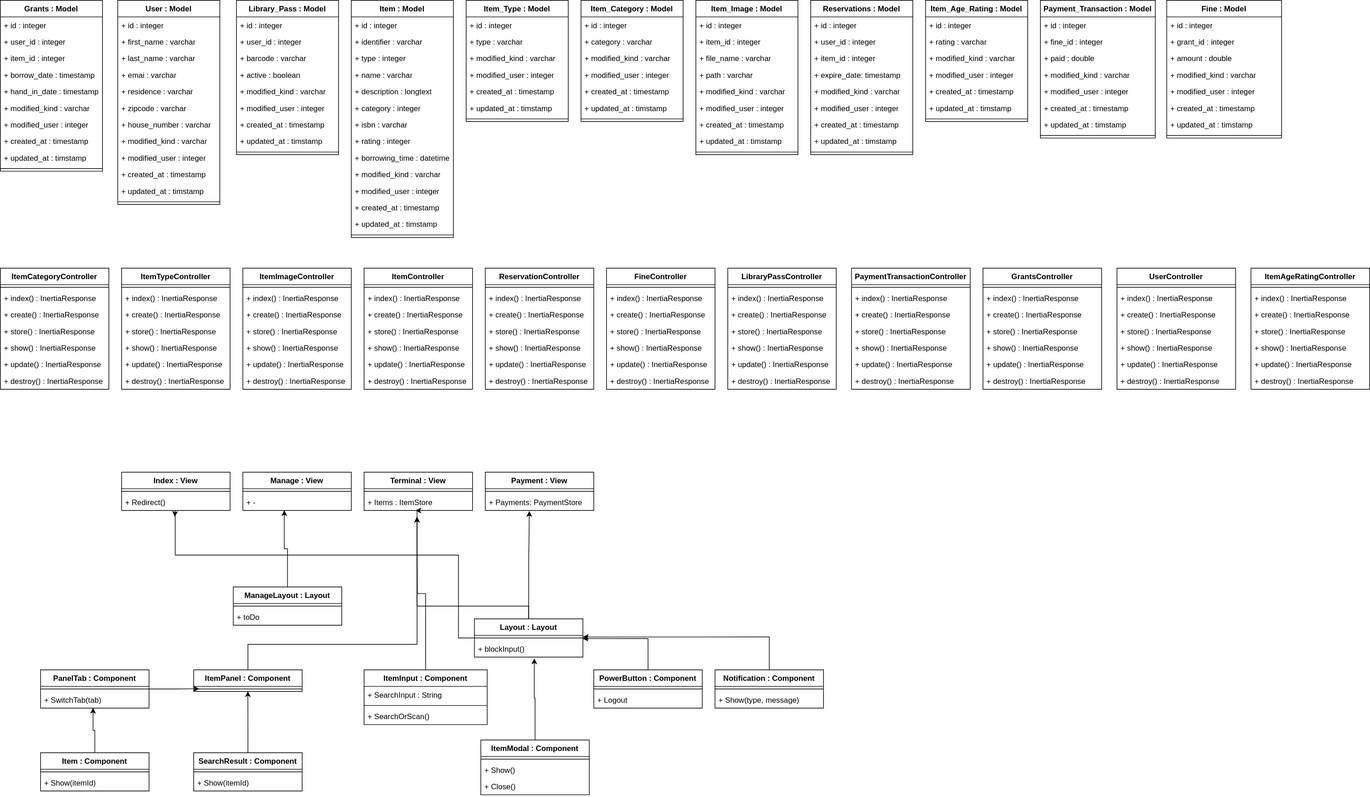
The draw.io diagram docs/class_diagram_V-1_1.svg in DanericNetwork/Biblio-App, before a commit. Source tidied: cells renumbered, new cells last; positions are measured from the earlier drawing's top-left corner, leaving out a move shared by most shapes.
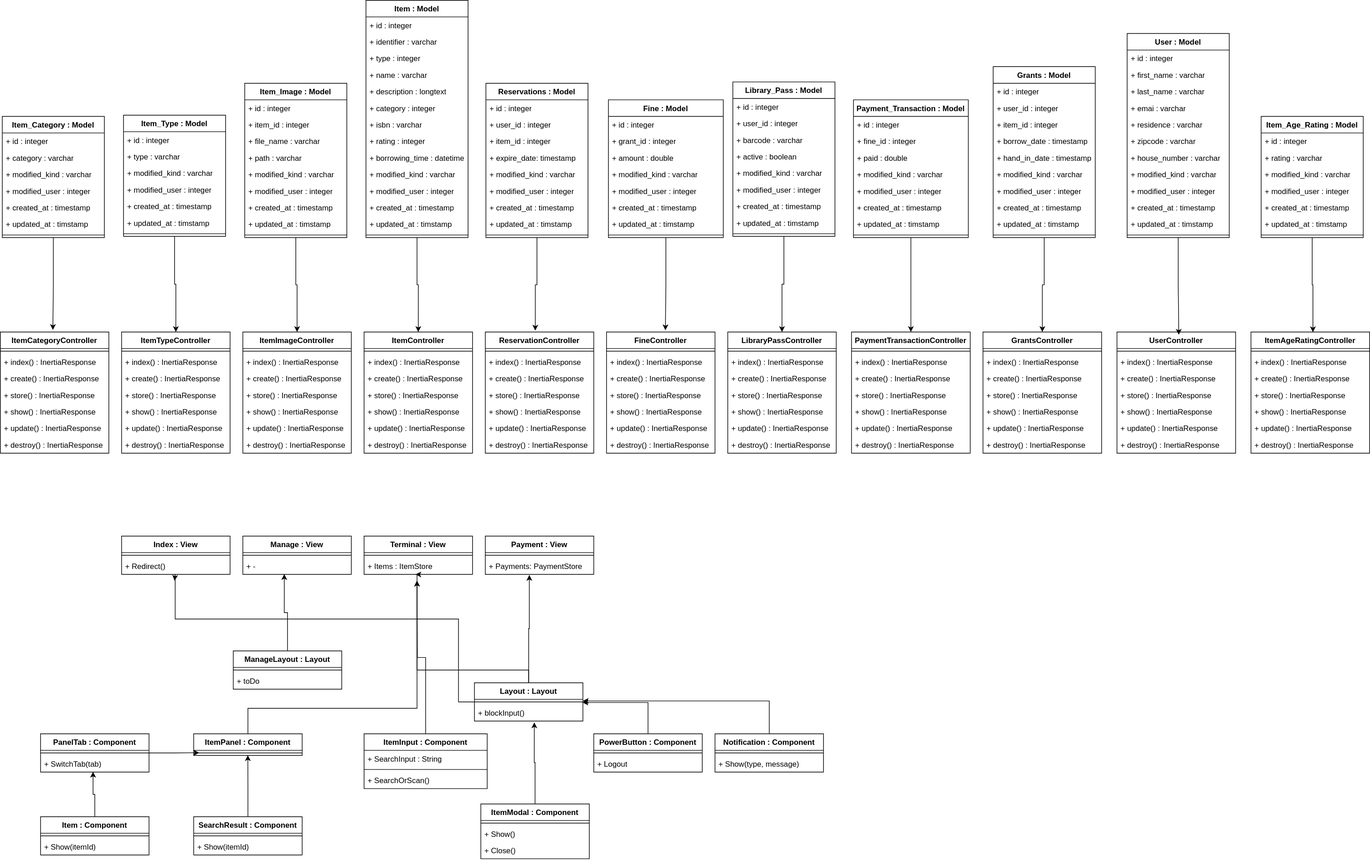
The same diagram one commit later.

Commit message:
feat(class diagram): added relations between modals and controller

The edit, as a diff of the source:
```diff
@@ -3,7 +3,7 @@
     <mxCell id="0" />
     <mxCell id="1" parent="0" />
     <mxCell id="2" value="User : Model" style="swimlane;fontStyle=1;align=center;verticalAlign=top;horizontal=1;startSize=26;whiteSpace=wrap;html=1;" parent="1" vertex="1">
-      <mxGeometry x="184" width="160" height="320" as="geometry" />
+      <mxGeometry x="1766" y="-48" width="160" height="320" as="geometry" />
     </mxCell>
     <mxCell id="3" value="+ id : integer" style="text;strokeColor=none;fillColor=none;align=left;verticalAlign=top;spacingLeft=4;spacingRight=4;overflow=hidden;whiteSpace=wrap;html=1;" parent="2" vertex="1">
       <mxGeometry y="26" width="160" height="26" as="geometry" />
@@ -41,8 +41,11 @@
     <mxCell id="14" style="line;strokeWidth=1;fillColor=none;align=left;verticalAlign=middle;spacingTop=-1;spacingLeft=3;spacingRight=3;labelPosition=right;strokeColor=inherit;" parent="2" vertex="1">
       <mxGeometry y="312" width="160" height="8" as="geometry" />
     </mxCell>
+    <mxCell id="256" style="edgeStyle=orthogonalEdgeStyle;rounded=0;jettySize=auto;html=1;" parent="1" edge="1" source="15" target="177">
+      <mxGeometry relative="1" as="geometry" />
+    </mxCell>
     <mxCell id="15" value="Grants : Model" style="swimlane;fontStyle=1;align=center;verticalAlign=top;horizontal=1;startSize=26;whiteSpace=wrap;html=1;" parent="1" vertex="1">
-      <mxGeometry width="160" height="268" as="geometry" />
+      <mxGeometry x="1556" y="4" width="160" height="268" as="geometry" />
     </mxCell>
     <mxCell id="16" value="+ id : integer" style="text;strokeColor=none;fillColor=none;align=left;verticalAlign=top;spacingLeft=4;spacingRight=4;overflow=hidden;whiteSpace=wrap;html=1;" parent="15" vertex="1">
       <mxGeometry y="26" width="160" height="26" as="geometry" />
@@ -74,8 +77,11 @@
     <mxCell id="25" style="line;strokeWidth=1;fillColor=none;align=left;verticalAlign=middle;spacingTop=-1;spacingLeft=3;spacingRight=3;labelPosition=right;strokeColor=inherit;" parent="15" vertex="1">
       <mxGeometry y="260" width="160" height="8" as="geometry" />
     </mxCell>
+    <mxCell id="257" style="edgeStyle=orthogonalEdgeStyle;rounded=0;jettySize=auto;html=1;entryX=0.5;entryY=0;entryDx=0;entryDy=0;" parent="1" edge="1" source="26" target="161">
+      <mxGeometry relative="1" as="geometry" />
+    </mxCell>
     <mxCell id="26" value="Library_Pass : Model" style="swimlane;fontStyle=1;align=center;verticalAlign=top;horizontal=1;startSize=26;whiteSpace=wrap;html=1;" parent="1" vertex="1">
-      <mxGeometry x="370" width="160" height="242" as="geometry" />
+      <mxGeometry x="1148" y="28" width="160" height="242" as="geometry" />
     </mxCell>
     <mxCell id="27" value="+ id : integer" style="text;strokeColor=none;fillColor=none;align=left;verticalAlign=top;spacingLeft=4;spacingRight=4;overflow=hidden;whiteSpace=wrap;html=1;" parent="26" vertex="1">
       <mxGeometry y="26" width="160" height="26" as="geometry" />
@@ -104,8 +110,11 @@
     <mxCell id="35" style="line;strokeWidth=1;fillColor=none;align=left;verticalAlign=middle;spacingTop=-1;spacingLeft=3;spacingRight=3;labelPosition=right;strokeColor=inherit;" parent="26" vertex="1">
       <mxGeometry y="234" width="160" height="8" as="geometry" />
     </mxCell>
+    <mxCell id="258" style="edgeStyle=orthogonalEdgeStyle;rounded=0;jettySize=auto;html=1;entryX=0.5;entryY=0;entryDx=0;entryDy=0;" parent="1" edge="1" source="36" target="137">
+      <mxGeometry relative="1" as="geometry" />
+    </mxCell>
     <mxCell id="36" value="Item : Model" style="swimlane;fontStyle=1;align=center;verticalAlign=top;horizontal=1;startSize=26;whiteSpace=wrap;html=1;" parent="1" vertex="1">
-      <mxGeometry x="550" width="160" height="372" as="geometry" />
+      <mxGeometry x="573" y="-100" width="160" height="372" as="geometry" />
     </mxCell>
     <mxCell id="37" value="+ id : integer" style="text;strokeColor=none;fillColor=none;align=left;verticalAlign=top;spacingLeft=4;spacingRight=4;overflow=hidden;whiteSpace=wrap;html=1;" parent="36" vertex="1">
       <mxGeometry y="26" width="160" height="26" as="geometry" />
@@ -149,8 +158,11 @@
     <mxCell id="50" style="line;strokeWidth=1;fillColor=none;align=left;verticalAlign=middle;spacingTop=-1;spacingLeft=3;spacingRight=3;labelPosition=right;strokeColor=inherit;" parent="36" vertex="1">
       <mxGeometry y="364" width="160" height="8" as="geometry" />
     </mxCell>
+    <mxCell id="259" style="edgeStyle=orthogonalEdgeStyle;rounded=0;jettySize=auto;html=1;" parent="1" edge="1" source="51" target="113">
+      <mxGeometry relative="1" as="geometry" />
+    </mxCell>
     <mxCell id="51" value="Item_Type : Model" style="swimlane;fontStyle=1;align=center;verticalAlign=top;horizontal=1;startSize=26;whiteSpace=wrap;html=1;" parent="1" vertex="1">
-      <mxGeometry x="730" width="160" height="190" as="geometry" />
+      <mxGeometry x="193" y="80" width="160" height="190" as="geometry" />
     </mxCell>
     <mxCell id="52" value="+ id : integer" style="text;strokeColor=none;fillColor=none;align=left;verticalAlign=top;spacingLeft=4;spacingRight=4;overflow=hidden;whiteSpace=wrap;html=1;" parent="51" vertex="1">
       <mxGeometry y="26" width="160" height="26" as="geometry" />
@@ -173,8 +185,11 @@
     <mxCell id="58" style="line;strokeWidth=1;fillColor=none;align=left;verticalAlign=middle;spacingTop=-1;spacingLeft=3;spacingRight=3;labelPosition=right;strokeColor=inherit;" parent="51" vertex="1">
       <mxGeometry y="182" width="160" height="8" as="geometry" />
     </mxCell>
+    <mxCell id="260" style="edgeStyle=orthogonalEdgeStyle;rounded=0;jettySize=auto;html=1;entryX=0.484;entryY=-0.017;entryDx=0;entryDy=0;entryPerimeter=0;" parent="1" edge="1" source="59" target="121">
+      <mxGeometry relative="1" as="geometry" />
+    </mxCell>
     <mxCell id="59" value="Item_Category : Model" style="swimlane;fontStyle=1;align=center;verticalAlign=top;horizontal=1;startSize=26;whiteSpace=wrap;html=1;" parent="1" vertex="1">
-      <mxGeometry x="910" width="160" height="190" as="geometry" />
+      <mxGeometry x="3" y="82" width="160" height="190" as="geometry" />
     </mxCell>
     <mxCell id="60" value="+ id : integer" style="text;strokeColor=none;fillColor=none;align=left;verticalAlign=top;spacingLeft=4;spacingRight=4;overflow=hidden;whiteSpace=wrap;html=1;" parent="59" vertex="1">
       <mxGeometry y="26" width="160" height="26" as="geometry" />
@@ -197,8 +212,11 @@
     <mxCell id="66" style="line;strokeWidth=1;fillColor=none;align=left;verticalAlign=middle;spacingTop=-1;spacingLeft=3;spacingRight=3;labelPosition=right;strokeColor=inherit;" parent="59" vertex="1">
       <mxGeometry y="182" width="160" height="8" as="geometry" />
     </mxCell>
+    <mxCell id="261" style="edgeStyle=orthogonalEdgeStyle;rounded=0;jettySize=auto;html=1;entryX=0.5;entryY=0;entryDx=0;entryDy=0;" parent="1" edge="1" source="67" target="129">
+      <mxGeometry relative="1" as="geometry" />
+    </mxCell>
     <mxCell id="67" value="Item_Image : Model" style="swimlane;fontStyle=1;align=center;verticalAlign=top;horizontal=1;startSize=26;whiteSpace=wrap;html=1;" parent="1" vertex="1">
-      <mxGeometry x="1090" width="160" height="242" as="geometry" />
+      <mxGeometry x="383" y="30" width="160" height="242" as="geometry" />
     </mxCell>
     <mxCell id="68" value="+ id : integer" style="text;strokeColor=none;fillColor=none;align=left;verticalAlign=top;spacingLeft=4;spacingRight=4;overflow=hidden;whiteSpace=wrap;html=1;" parent="67" vertex="1">
       <mxGeometry y="26" width="160" height="26" as="geometry" />
@@ -228,7 +246,7 @@
       <mxGeometry y="234" width="160" height="8" as="geometry" />
     </mxCell>
     <mxCell id="77" value="Reservations : Model" style="swimlane;fontStyle=1;align=center;verticalAlign=top;horizontal=1;startSize=26;whiteSpace=wrap;html=1;" parent="1" vertex="1">
-      <mxGeometry x="1270" width="160" height="242" as="geometry" />
+      <mxGeometry x="761" y="30" width="160" height="242" as="geometry" />
     </mxCell>
     <mxCell id="78" value="+ id : integer" style="text;strokeColor=none;fillColor=none;align=left;verticalAlign=top;spacingLeft=4;spacingRight=4;overflow=hidden;whiteSpace=wrap;html=1;" parent="77" vertex="1">
       <mxGeometry y="26" width="160" height="26" as="geometry" />
@@ -258,7 +276,7 @@
       <mxGeometry y="234" width="160" height="8" as="geometry" />
     </mxCell>
     <mxCell id="87" value="Item_Age_Rating : Model" style="swimlane;fontStyle=1;align=center;verticalAlign=top;horizontal=1;startSize=26;whiteSpace=wrap;html=1;" parent="1" vertex="1">
-      <mxGeometry x="1450" width="160" height="190" as="geometry" />
+      <mxGeometry x="1976" y="82" width="160" height="190" as="geometry" />
     </mxCell>
     <mxCell id="88" value="+ id : integer" style="text;strokeColor=none;fillColor=none;align=left;verticalAlign=top;spacingLeft=4;spacingRight=4;overflow=hidden;whiteSpace=wrap;html=1;" parent="87" vertex="1">
       <mxGeometry y="26" width="160" height="26" as="geometry" />
@@ -281,8 +299,11 @@
     <mxCell id="94" style="line;strokeWidth=1;fillColor=none;align=left;verticalAlign=middle;spacingTop=-1;spacingLeft=3;spacingRight=3;labelPosition=right;strokeColor=inherit;" parent="87" vertex="1">
       <mxGeometry y="182" width="160" height="8" as="geometry" />
     </mxCell>
+    <mxCell id="262" style="edgeStyle=orthogonalEdgeStyle;rounded=0;jettySize=auto;html=1;" parent="1" edge="1" source="95" target="169">
+      <mxGeometry relative="1" as="geometry" />
+    </mxCell>
     <mxCell id="95" value="Payment_Transaction : Model" style="swimlane;fontStyle=1;align=center;verticalAlign=top;horizontal=1;startSize=26;whiteSpace=wrap;html=1;" parent="1" vertex="1">
-      <mxGeometry x="1630" width="180" height="216" as="geometry" />
+      <mxGeometry x="1337" y="56" width="180" height="216" as="geometry" />
     </mxCell>
     <mxCell id="96" value="+ id : integer" style="text;strokeColor=none;fillColor=none;align=left;verticalAlign=top;spacingLeft=4;spacingRight=4;overflow=hidden;whiteSpace=wrap;html=1;" parent="95" vertex="1">
       <mxGeometry y="26" width="180" height="26" as="geometry" />
@@ -309,7 +330,7 @@
       <mxGeometry y="208" width="180" height="8" as="geometry" />
     </mxCell>
     <mxCell id="104" value="Fine : Model" style="swimlane;fontStyle=1;align=center;verticalAlign=top;horizontal=1;startSize=26;whiteSpace=wrap;html=1;" parent="1" vertex="1">
-      <mxGeometry x="1828" width="180" height="216" as="geometry" />
+      <mxGeometry x="953" y="56" width="180" height="216" as="geometry" />
     </mxCell>
     <mxCell id="105" value="+ id : integer" style="text;strokeColor=none;fillColor=none;align=left;verticalAlign=top;spacingLeft=4;spacingRight=4;overflow=hidden;whiteSpace=wrap;html=1;" parent="104" vertex="1">
       <mxGeometry y="26" width="180" height="26" as="geometry" />
@@ -793,5 +814,17 @@
     <mxCell id="255" value="+ Close()" style="text;strokeColor=none;fillColor=none;align=left;verticalAlign=top;spacingLeft=4;spacingRight=4;overflow=hidden;whiteSpace=wrap;html=1;" parent="252" vertex="1">
       <mxGeometry y="60" width="170" height="26" as="geometry" />
     </mxCell>
+    <mxCell id="263" style="edgeStyle=orthogonalEdgeStyle;rounded=0;jettySize=auto;html=1;entryX=0.461;entryY=-0.011;entryDx=0;entryDy=0;entryPerimeter=0;" parent="1" edge="1" source="77" target="145">
+      <mxGeometry relative="1" as="geometry" />
+    </mxCell>
+    <mxCell id="264" style="edgeStyle=orthogonalEdgeStyle;rounded=0;jettySize=auto;html=1;entryX=0.543;entryY=-0.014;entryDx=0;entryDy=0;entryPerimeter=0;" parent="1" edge="1" source="104" target="153">
+      <mxGeometry relative="1" as="geometry" />
+    </mxCell>
+    <mxCell id="265" style="edgeStyle=orthogonalEdgeStyle;rounded=0;jettySize=auto;html=1;entryX=0.521;entryY=0.023;entryDx=0;entryDy=0;entryPerimeter=0;" parent="1" edge="1" source="2" target="185">
+      <mxGeometry relative="1" as="geometry" />
+    </mxCell>
+    <mxCell id="266" style="edgeStyle=orthogonalEdgeStyle;rounded=0;jettySize=auto;html=1;entryX=0.522;entryY=0.002;entryDx=0;entryDy=0;entryPerimeter=0;" parent="1" edge="1" source="87" target="193">
+      <mxGeometry relative="1" as="geometry" />
+    </mxCell>
   </root>
 </mxGraphModel>
```
